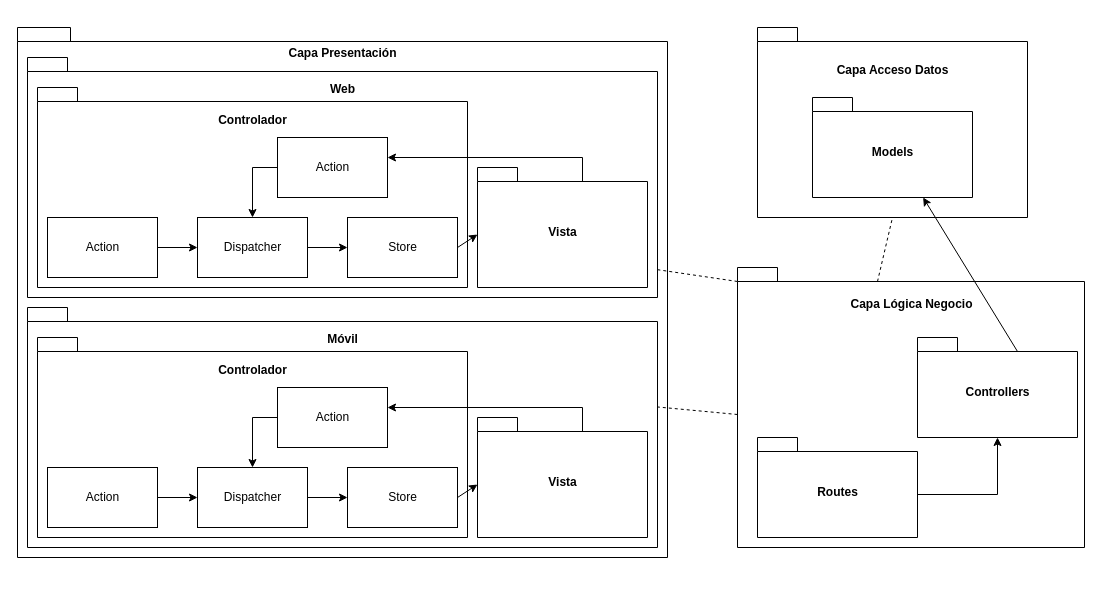
Earlier version of the draw.io diagram Diagrams and Mockups/arquitectura.drawio (Jhonathan97/Proyecto_Auditoria). Source tidied: cells renumbered, new cells numbered last; positions are measured from the earlier drawing's top-left corner, leaving out a move shared by most shapes. Both pictures are drawn from the tidied source at 100%, with x=0, y=0 at pixel (17, 27).
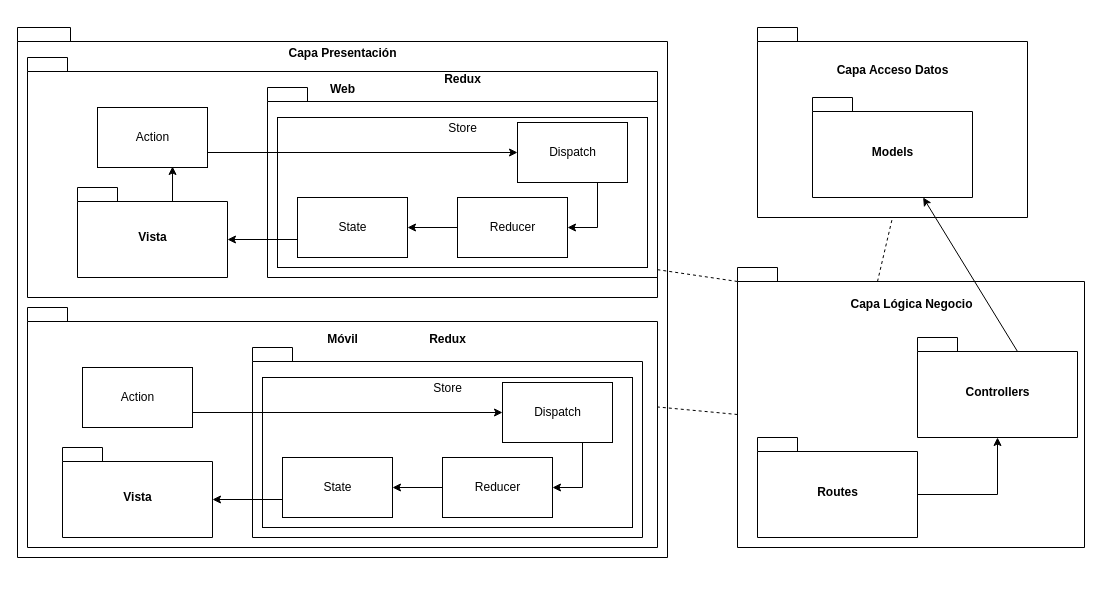
The same diagram, later.

Commit message:
arquitectura redux

The edit, as a diff of the source:
```diff
@@
-    <mxCell id="15" value="Controlador&lt;br&gt;&lt;br&gt;&lt;br&gt;&lt;br&gt;&lt;br&gt;&lt;br&gt;&lt;br&gt;&lt;br&gt;&lt;br&gt;&lt;br&gt;&lt;br&gt;" style="shape=folder;fontStyle=1;spacingTop=10;tabWidth=40;tabHeight=14;tabPosition=left;html=1;" parent="1" vertex="1">
-      <mxGeometry x="20" y="310" width="430" height="200" as="geometry" />
-    </mxCell>
-    <mxCell id="16" style="edgeStyle=orthogonalEdgeStyle;rounded=0;jettySize=auto;html=1;exitX=0;exitY=0;exitDx=105;exitDy=14;exitPerimeter=0;startArrow=none;startFill=0;endArrow=classic;endFill=1;" parent="1" edge="1" source="17" target="25">
+    <mxCell id="16" style="edgeStyle=orthogonalEdgeStyle;rounded=0;orthogonalLoop=1;jettySize=auto;html=1;exitX=0;exitY=0;exitDx=105;exitDy=14;exitPerimeter=0;startArrow=none;startFill=0;endArrow=classic;endFill=1;" parent="1" edge="1">
       <mxGeometry relative="1" as="geometry">
+        <mxPoint x="370" y="380" as="targetPoint" />
         <Array as="points">
           <mxPoint x="565" y="380" />
         </Array>
       </mxGeometry>
     </mxCell>
-    <mxCell id="17" value="Vista" style="shape=folder;fontStyle=1;spacingTop=10;tabWidth=40;tabHeight=14;tabPosition=left;html=1;" parent="1" vertex="1">
-      <mxGeometry x="460" y="390" width="170" height="120" as="geometry" />
-    </mxCell>
-    <mxCell id="18" style="edgeStyle=none;rounded=0;jettySize=auto;html=1;exitX=1;exitY=0.5;exitDx=0;exitDy=0;endArrow=classic;endFill=1;startArrow=none;startFill=0;" parent="1" edge="1" source="19" target="21">
-      <mxGeometry relative="1" as="geometry" />
+    <mxCell id="18" style="edgeStyle=none;rounded=0;orthogonalLoop=1;jettySize=auto;html=1;exitX=1;exitY=0.5;exitDx=0;exitDy=0;endArrow=classic;endFill=1;startArrow=none;startFill=0;" parent="1" edge="1">
+      <mxGeometry relative="1" as="geometry">
+        <mxPoint x="140" y="470" as="sourcePoint" />
+      </mxGeometry>
     </mxCell>
-    <mxCell id="19" value="Action" style="html=1;" parent="1" vertex="1">
-      <mxGeometry x="30" y="440" width="110" height="60" as="geometry" />
-    </mxCell>
-    <mxCell id="20" style="edgeStyle=none;rounded=0;jettySize=auto;html=1;exitX=1;exitY=0.5;exitDx=0;exitDy=0;entryX=0;entryY=0.5;entryDx=0;entryDy=0;startArrow=none;startFill=0;endArrow=classic;endFill=1;" parent="1" edge="1" source="21" target="23">
-      <mxGeometry relative="1" as="geometry" />
+    <mxCell id="20" style="edgeStyle=none;rounded=0;orthogonalLoop=1;jettySize=auto;html=1;exitX=1;exitY=0.5;exitDx=0;exitDy=0;entryX=0;entryY=0.5;entryDx=0;entryDy=0;startArrow=none;startFill=0;endArrow=classic;endFill=1;" parent="1" edge="1">
+      <mxGeometry relative="1" as="geometry">
+        <mxPoint x="290" y="470" as="sourcePoint" />
+      </mxGeometry>
     </mxCell>
-    <mxCell id="21" value="Dispatcher" style="html=1;" parent="1" vertex="1">
-      <mxGeometry x="180" y="440" width="110" height="60" as="geometry" />
-    </mxCell>
-    <mxCell id="22" style="edgeStyle=none;rounded=0;jettySize=auto;html=1;exitX=1;exitY=0.5;exitDx=0;exitDy=0;entryX=0;entryY=0;entryDx=0;entryDy=67;entryPerimeter=0;startArrow=none;startFill=0;endArrow=classic;endFill=1;" parent="1" edge="1" source="23" target="17">
-      <mxGeometry relative="1" as="geometry" />
+    <mxCell id="22" style="edgeStyle=none;rounded=0;orthogonalLoop=1;jettySize=auto;html=1;exitX=1;exitY=0.5;exitDx=0;exitDy=0;entryX=0;entryY=0;entryDx=0;entryDy=67;entryPerimeter=0;startArrow=none;startFill=0;endArrow=classic;endFill=1;" parent="1" edge="1">
+      <mxGeometry relative="1" as="geometry">
+        <mxPoint x="440" y="470" as="sourcePoint" />
+      </mxGeometry>
     </mxCell>
-    <mxCell id="23" value="Store" style="html=1;" parent="1" vertex="1">
-      <mxGeometry x="330" y="440" width="110" height="60" as="geometry" />
-    </mxCell>
-    <mxCell id="24" style="edgeStyle=orthogonalEdgeStyle;rounded=0;jettySize=auto;html=1;exitX=0;exitY=0.5;exitDx=0;exitDy=0;startArrow=none;startFill=0;endArrow=classic;endFill=1;" parent="1" edge="1" source="25" target="21">
-      <mxGeometry relative="1" as="geometry" />
+    <mxCell id="24" style="edgeStyle=orthogonalEdgeStyle;rounded=0;orthogonalLoop=1;jettySize=auto;html=1;exitX=0;exitY=0.5;exitDx=0;exitDy=0;startArrow=none;startFill=0;endArrow=classic;endFill=1;" parent="1" edge="1">
+      <mxGeometry relative="1" as="geometry">
+        <mxPoint x="260" y="390" as="sourcePoint" />
+      </mxGeometry>
     </mxCell>
-    <mxCell id="25" value="Action" style="html=1;" parent="1" vertex="1">
-      <mxGeometry x="260" y="360" width="110" height="60" as="geometry" />
-    </mxCell>
-    <mxCell id="26" value="Controlador&lt;br&gt;&lt;br&gt;&lt;br&gt;&lt;br&gt;&lt;br&gt;&lt;br&gt;&lt;br&gt;&lt;br&gt;&lt;br&gt;&lt;br&gt;&lt;br&gt;" style="shape=folder;fontStyle=1;spacingTop=10;tabWidth=40;tabHeight=14;tabPosition=left;html=1;" parent="1" vertex="1">
-      <mxGeometry x="20" y="60" width="430" height="200" as="geometry" />
+    <mxCell id="26" value="Redux&lt;br&gt;&lt;br&gt;&lt;br&gt;&lt;br&gt;&lt;br&gt;&lt;br&gt;&lt;br&gt;&lt;br&gt;&lt;br&gt;&lt;br&gt;&lt;br&gt;&lt;br&gt;&lt;br&gt;&lt;br&gt;&lt;br&gt;&lt;br&gt;" style="shape=folder;fontStyle=1;spacingTop=10;tabWidth=40;tabHeight=14;tabPosition=left;html=1;" parent="1" vertex="1">
+      <mxGeometry x="250" y="60" width="390" height="190" as="geometry" />
     </mxCell>
-    <mxCell id="27" style="edgeStyle=orthogonalEdgeStyle;rounded=0;jettySize=auto;html=1;exitX=0;exitY=0;exitDx=105;exitDy=14;exitPerimeter=0;startArrow=none;startFill=0;endArrow=classic;endFill=1;" parent="1" edge="1" source="28" target="36">
-      <mxGeometry relative="1" as="geometry">
-        <Array as="points">
-          <mxPoint x="565" y="130" />
-        </Array>
-      </mxGeometry>
-    </mxCell>
+    <mxCell id="37" style="edgeStyle=orthogonalEdgeStyle;rounded=0;jettySize=auto;html=1;exitX=0;exitY=0;exitDx=95;exitDy=14;exitPerimeter=0;entryX=0.682;entryY=0.983;entryDx=0;entryDy=0;entryPerimeter=0;" parent="1" edge="1" source="28" target="30">
+      <mxGeometry relative="1" as="geometry" />
+    </mxCell>
     <mxCell id="28" value="Vista" style="shape=folder;fontStyle=1;spacingTop=10;tabWidth=40;tabHeight=14;tabPosition=left;html=1;" parent="1" vertex="1">
-      <mxGeometry x="460" y="140" width="170" height="120" as="geometry" />
+      <mxGeometry x="60" y="160" width="150" height="90" as="geometry" />
     </mxCell>
-    <mxCell id="29" style="edgeStyle=none;rounded=0;jettySize=auto;html=1;exitX=1;exitY=0.5;exitDx=0;exitDy=0;endArrow=classic;endFill=1;startArrow=none;startFill=0;" parent="1" edge="1" source="30" target="32">
-      <mxGeometry relative="1" as="geometry" />
-    </mxCell>
     <mxCell id="30" value="Action" style="html=1;" parent="1" vertex="1">
-      <mxGeometry x="30" y="190" width="110" height="60" as="geometry" />
+      <mxGeometry x="80" y="80" width="110" height="60" as="geometry" />
     </mxCell>
@@
+    <mxCell id="34" value="Store&lt;br&gt;&lt;br&gt;&lt;br&gt;&lt;br&gt;&lt;br&gt;&lt;br&gt;&lt;br&gt;&lt;br&gt;&lt;br&gt;&lt;br&gt;" style="html=1;align=center;" parent="1" vertex="1">
+      <mxGeometry x="260" y="90" width="370" height="150" as="geometry" />
+    </mxCell>
+    <mxCell id="38" style="edgeStyle=orthogonalEdgeStyle;rounded=0;jettySize=auto;html=1;exitX=0.5;exitY=1;exitDx=0;exitDy=0;entryX=1;entryY=0.5;entryDx=0;entryDy=0;" parent="1" edge="1" source="32" target="42">
+      <mxGeometry relative="1" as="geometry">
+        <Array as="points">
+          <mxPoint x="580" y="155" />
+          <mxPoint x="580" y="200" />
+        </Array>
+      </mxGeometry>
+    </mxCell>
-    <mxCell id="32" value="Dispatcher" style="html=1;" parent="1" vertex="1">
-      <mxGeometry x="180" y="190" width="110" height="60" as="geometry" />
+    <mxCell id="32" value="Dispatch" style="html=1;" parent="1" vertex="1">
+      <mxGeometry x="500" y="95" width="110" height="60" as="geometry" />
     </mxCell>
-    <mxCell id="33" style="edgeStyle=none;rounded=0;jettySize=auto;html=1;exitX=1;exitY=0.5;exitDx=0;exitDy=0;entryX=0;entryY=0;entryDx=0;entryDy=67;entryPerimeter=0;startArrow=none;startFill=0;endArrow=classic;endFill=1;" parent="1" edge="1" source="34" target="28">
-      <mxGeometry relative="1" as="geometry" />
-    </mxCell>
-    <mxCell id="34" value="Store" style="html=1;" parent="1" vertex="1">
-      <mxGeometry x="330" y="190" width="110" height="60" as="geometry" />
-    </mxCell>
-    <mxCell id="35" style="edgeStyle=orthogonalEdgeStyle;rounded=0;jettySize=auto;html=1;exitX=0;exitY=0.5;exitDx=0;exitDy=0;startArrow=none;startFill=0;endArrow=classic;endFill=1;" parent="1" edge="1" source="36" target="32">
-      <mxGeometry relative="1" as="geometry" />
-    </mxCell>
-    <mxCell id="36" value="Action" style="html=1;" parent="1" vertex="1">
-      <mxGeometry x="260" y="110" width="110" height="60" as="geometry" />
-    </mxCell>
+    <mxCell id="39" style="edgeStyle=orthogonalEdgeStyle;rounded=0;jettySize=auto;html=1;exitX=0;exitY=0.75;exitDx=0;exitDy=0;entryX=0;entryY=0;entryDx=150;entryDy=52;entryPerimeter=0;" parent="1" edge="1" source="40" target="28">
+      <mxGeometry relative="1" as="geometry">
+        <Array as="points">
+          <mxPoint x="280" y="212" />
+        </Array>
+      </mxGeometry>
+    </mxCell>
+    <mxCell id="40" value="State" style="html=1;" parent="1" vertex="1">
+      <mxGeometry x="280" y="170" width="110" height="60" as="geometry" />
+    </mxCell>
+    <mxCell id="41" style="edgeStyle=orthogonalEdgeStyle;rounded=0;jettySize=auto;html=1;exitX=0;exitY=0.5;exitDx=0;exitDy=0;entryX=1;entryY=0.5;entryDx=0;entryDy=0;" parent="1" edge="1" source="42" target="40">
+      <mxGeometry relative="1" as="geometry" />
+    </mxCell>
+    <mxCell id="42" value="Reducer" style="html=1;" parent="1" vertex="1">
+      <mxGeometry x="440" y="170" width="110" height="60" as="geometry" />
+    </mxCell>
+    <mxCell id="29" style="edgeStyle=orthogonalEdgeStyle;rounded=0;jettySize=auto;html=1;exitX=1;exitY=0.5;exitDx=0;exitDy=0;" parent="1" edge="1" source="30" target="32">
+      <mxGeometry relative="1" as="geometry">
+        <Array as="points">
+          <mxPoint x="190" y="125" />
+        </Array>
+      </mxGeometry>
+    </mxCell>
+    <mxCell id="43" value="Redux&lt;br&gt;&lt;br&gt;&lt;br&gt;&lt;br&gt;&lt;br&gt;&lt;br&gt;&lt;br&gt;&lt;br&gt;&lt;br&gt;&lt;br&gt;&lt;br&gt;&lt;br&gt;&lt;br&gt;&lt;br&gt;&lt;br&gt;&lt;br&gt;" style="shape=folder;fontStyle=1;spacingTop=10;tabWidth=40;tabHeight=14;tabPosition=left;html=1;" parent="1" vertex="1">
+      <mxGeometry x="235" y="320" width="390" height="190" as="geometry" />
+    </mxCell>
+    <mxCell id="17" value="Vista" style="shape=folder;fontStyle=1;spacingTop=10;tabWidth=40;tabHeight=14;tabPosition=left;html=1;" parent="1" vertex="1">
+      <mxGeometry x="45" y="420" width="150" height="90" as="geometry" />
+    </mxCell>
+    <mxCell id="44" value="Action" style="html=1;" parent="1" vertex="1">
+      <mxGeometry x="65" y="340" width="110" height="60" as="geometry" />
+    </mxCell>
+    <mxCell id="23" value="Store&lt;br&gt;&lt;br&gt;&lt;br&gt;&lt;br&gt;&lt;br&gt;&lt;br&gt;&lt;br&gt;&lt;br&gt;&lt;br&gt;&lt;br&gt;" style="html=1;align=center;" parent="1" vertex="1">
+      <mxGeometry x="245" y="350" width="370" height="150" as="geometry" />
+    </mxCell>
+    <mxCell id="45" style="edgeStyle=orthogonalEdgeStyle;rounded=0;jettySize=auto;html=1;exitX=0.5;exitY=1;exitDx=0;exitDy=0;entryX=1;entryY=0.5;entryDx=0;entryDy=0;" parent="1" edge="1" source="46" target="50">
+      <mxGeometry relative="1" as="geometry">
+        <Array as="points">
+          <mxPoint x="565" y="415" />
+          <mxPoint x="565" y="460" />
+        </Array>
+      </mxGeometry>
+    </mxCell>
+    <mxCell id="46" value="Dispatch" style="html=1;" parent="1" vertex="1">
+      <mxGeometry x="485" y="355" width="110" height="60" as="geometry" />
+    </mxCell>
+    <mxCell id="47" style="edgeStyle=orthogonalEdgeStyle;rounded=0;jettySize=auto;html=1;exitX=0;exitY=0.75;exitDx=0;exitDy=0;entryX=0;entryY=0;entryDx=150;entryDy=52;entryPerimeter=0;" parent="1" edge="1" source="48" target="17">
+      <mxGeometry relative="1" as="geometry">
+        <Array as="points">
+          <mxPoint x="265" y="472" />
+        </Array>
+      </mxGeometry>
+    </mxCell>
+    <mxCell id="48" value="State" style="html=1;" parent="1" vertex="1">
+      <mxGeometry x="265" y="430" width="110" height="60" as="geometry" />
+    </mxCell>
+    <mxCell id="49" style="edgeStyle=orthogonalEdgeStyle;rounded=0;jettySize=auto;html=1;exitX=0;exitY=0.5;exitDx=0;exitDy=0;entryX=1;entryY=0.5;entryDx=0;entryDy=0;" parent="1" edge="1" source="50" target="48">
+      <mxGeometry relative="1" as="geometry" />
+    </mxCell>
+    <mxCell id="50" value="Reducer" style="html=1;" parent="1" vertex="1">
+      <mxGeometry x="425" y="430" width="110" height="60" as="geometry" />
+    </mxCell>
+    <mxCell id="51" style="edgeStyle=orthogonalEdgeStyle;rounded=0;jettySize=auto;html=1;exitX=1;exitY=0.5;exitDx=0;exitDy=0;" parent="1" edge="1" source="44" target="46">
+      <mxGeometry relative="1" as="geometry">
+        <Array as="points">
+          <mxPoint x="175" y="385" />
+        </Array>
+      </mxGeometry>
+    </mxCell>
```
